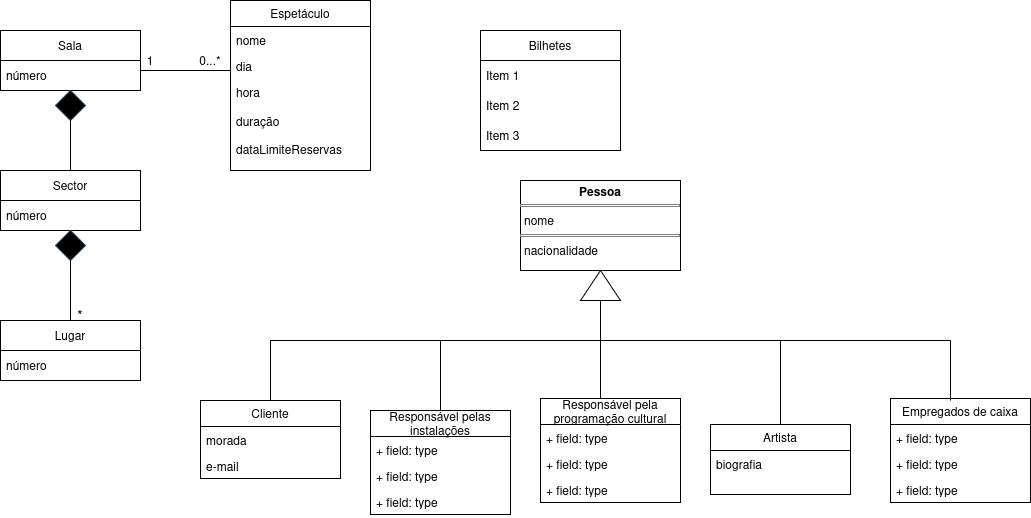
Above: UML1.drawio.png in leorsd/ESOF_UML (draw.io), before the change. Source tidied: cells renumbered, new cells last; positions are measured from the earlier drawing's top-left corner, leaving out a move shared by most shapes.
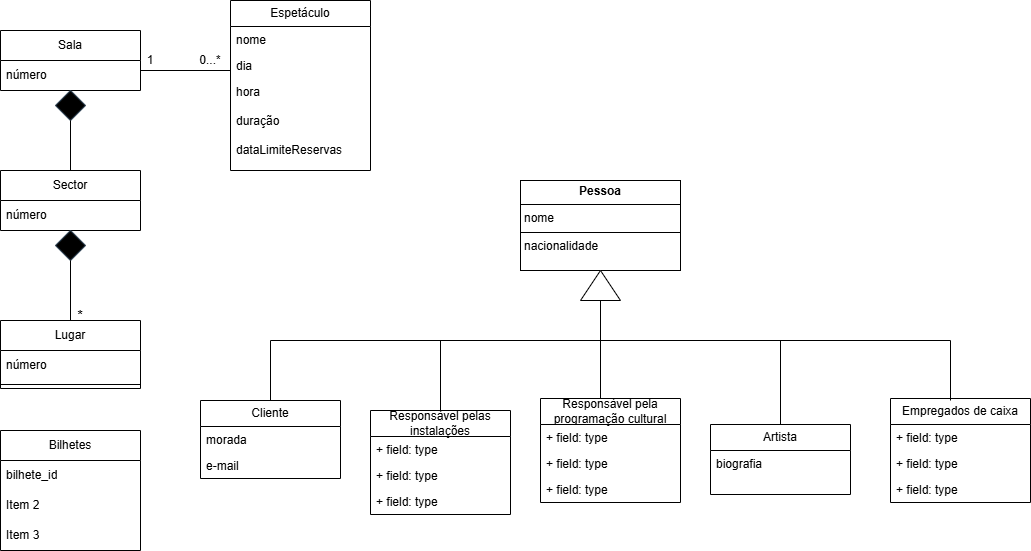
Later version of the same file.

The edit, as a diff of the source:
```diff
@@ -32,11 +32,14 @@
       <mxGeometry x="120" y="45" width="60" height="30" as="geometry" />
     </mxCell>
     <mxCell id="11" value="Lugar" style="swimlane;fontStyle=0;horizontal=1;startSize=30;whiteSpace=wrap;html=1;" parent="1" vertex="1">
-      <mxGeometry y="320" width="140" height="60" as="geometry" />
+      <mxGeometry y="320" width="140" height="68" as="geometry" />
     </mxCell>
     <mxCell id="12" value="número" style="text;strokeColor=none;fillColor=none;align=left;verticalAlign=middle;spacingLeft=4;spacingRight=4;overflow=hidden;whiteSpace=wrap;html=1;" parent="11" vertex="1">
       <mxGeometry y="30" width="140" height="30" as="geometry" />
     </mxCell>
+    <mxCell id="49" style="line;strokeWidth=1;fillColor=none;align=left;verticalAlign=middle;spacingTop=-1;spacingLeft=3;spacingRight=3;labelPosition=right;strokeColor=inherit;" parent="11" vertex="1">
+      <mxGeometry y="60" width="140" height="8" as="geometry" />
+    </mxCell>
     <mxCell id="13" style="rhombus;whiteSpace=wrap;html=1;strokeColor=#314354;fillColor=#000000;fontColor=#ffffff;" parent="1" vertex="1">
       <mxGeometry x="55" y="230" width="30" height="30" as="geometry" />
     </mxCell>
@@ -115,9 +118,9 @@
       <mxGeometry y="78" width="140" height="26" as="geometry" />
     </mxCell>
     <mxCell id="37" value="Bilhetes" style="swimlane;fontStyle=0;horizontal=1;startSize=30;whiteSpace=wrap;html=1;" parent="1" vertex="1">
-      <mxGeometry x="480" y="30" width="140" height="120" as="geometry" />
+      <mxGeometry y="430" width="140" height="120" as="geometry" />
     </mxCell>
-    <mxCell id="38" value="Item 1" style="text;strokeColor=none;fillColor=none;align=left;verticalAlign=middle;spacingLeft=4;spacingRight=4;overflow=hidden;whiteSpace=wrap;html=1;" parent="37" vertex="1">
+    <mxCell id="38" value="bilhete_id" style="text;strokeColor=none;fillColor=none;align=left;verticalAlign=middle;spacingLeft=4;spacingRight=4;overflow=hidden;whiteSpace=wrap;html=1;" parent="37" vertex="1">
       <mxGeometry y="30" width="140" height="30" as="geometry" />
     </mxCell>
     <mxCell id="39" value="Item 2" style="text;strokeColor=none;fillColor=none;align=left;verticalAlign=middle;spacingLeft=4;spacingRight=4;overflow=hidden;whiteSpace=wrap;html=1;" parent="37" vertex="1">
```
